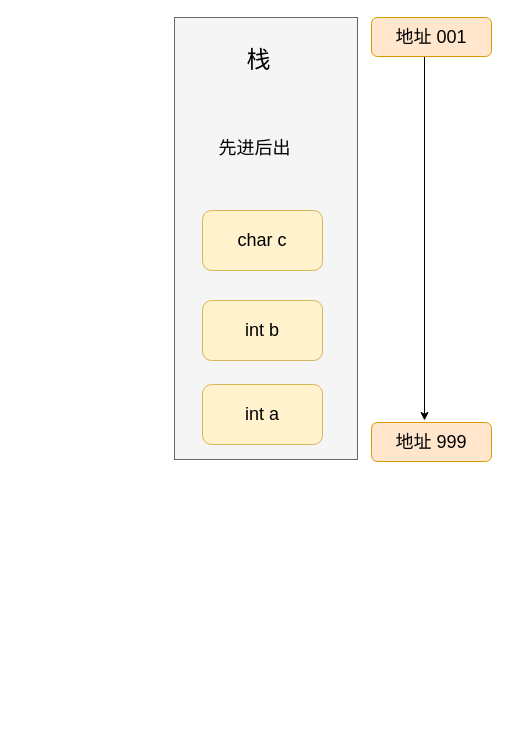
Earlier version of the draw.io diagram page "第 2 页" (2 of 3) of docs/workSpacePic/流程图.drawio (kenlin-00/kendall-cpp-view). Source tidied: cells renumbered, new cells numbered last; positions are measured from the earlier drawing's top-left corner, leaving out a move shared by most shapes. Both pictures are drawn from the tidied source at 100%, with x=0, y=0 at pixel (174, 17).
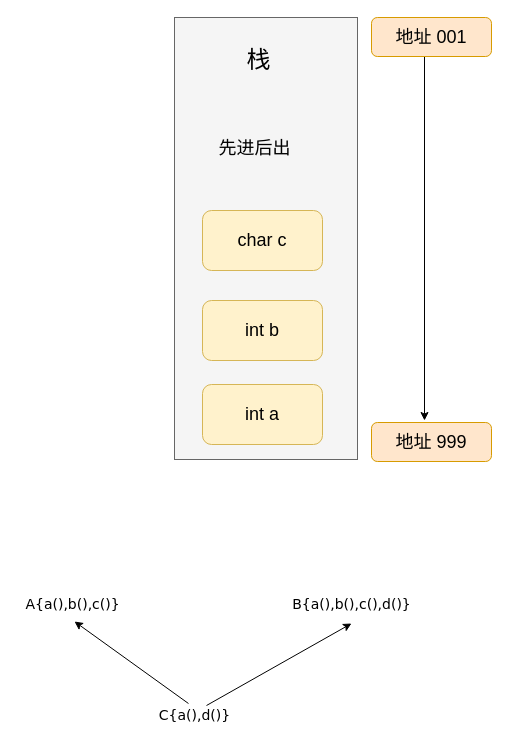
Above is the later version.

What changed in the source:
```diff
@@
 <mxGraphModel>
   <root>
     <mxCell id="0" />
     <mxCell id="1" parent="0" />
     <mxCell id="2" style="rounded=0;whiteSpace=wrap;html=1;fillColor=#f5f5f5;strokeColor=#666666;fontColor=#333333;" parent="1" vertex="1">
       <mxGeometry width="183" height="442" as="geometry" />
     </mxCell>
     <mxCell id="3" value="&lt;font style=&quot;font-size: 18px&quot;&gt;int a&lt;/font&gt;" style="rounded=1;whiteSpace=wrap;html=1;fillColor=#fff2cc;strokeColor=#d6b656;" parent="1" vertex="1">
       <mxGeometry x="28" y="367" width="120" height="60" as="geometry" />
     </mxCell>
     <mxCell id="4" value="&lt;font style=&quot;font-size: 18px&quot;&gt;int b&lt;/font&gt;" style="rounded=1;whiteSpace=wrap;html=1;fillColor=#fff2cc;strokeColor=#d6b656;" parent="1" vertex="1">
       <mxGeometry x="28" y="283" width="120" height="60" as="geometry" />
     </mxCell>
     <mxCell id="5" value="&lt;font style=&quot;font-size: 18px&quot;&gt;char c&lt;/font&gt;" style="rounded=1;whiteSpace=wrap;html=1;fillColor=#fff2cc;strokeColor=#d6b656;" parent="1" vertex="1">
       <mxGeometry x="28" y="193" width="120" height="60" as="geometry" />
     </mxCell>
     <mxCell id="6" value="&lt;font style=&quot;font-size: 18px&quot;&gt;先进后出&lt;/font&gt;" style="text;html=1;strokeColor=none;fillColor=none;align=center;verticalAlign=middle;whiteSpace=wrap;rounded=0;" parent="1" vertex="1">
       <mxGeometry x="28" y="121" width="105" height="20" as="geometry" />
     </mxCell>
     <mxCell id="7" value="&lt;font style=&quot;font-size: 24px&quot;&gt;栈&lt;/font&gt;" style="text;html=1;strokeColor=none;fillColor=none;align=center;verticalAlign=middle;whiteSpace=wrap;rounded=0;" parent="1" vertex="1">
       <mxGeometry x="32" y="33" width="105" height="20" as="geometry" />
     </mxCell>
     <mxCell id="8" style="endArrow=classic;html=1;" parent="1" edge="1">
       <mxGeometry relative="1" as="geometry">
         <mxPoint x="250" y="39" as="sourcePoint" />
         <mxPoint x="250" y="403" as="targetPoint" />
       </mxGeometry>
     </mxCell>
     <mxCell id="9" value="&lt;font style=&quot;font-size: 18px&quot;&gt;地址 001&lt;/font&gt;" style="rounded=1;whiteSpace=wrap;html=1;fillColor=#ffe6cc;strokeColor=#d79b00;" parent="1" vertex="1">
       <mxGeometry x="197" width="120" height="39" as="geometry" />
     </mxCell>
     <mxCell id="10" value="&lt;font style=&quot;font-size: 18px&quot;&gt;地址 999&lt;/font&gt;" style="rounded=1;whiteSpace=wrap;html=1;fillColor=#ffe6cc;strokeColor=#d79b00;" parent="1" vertex="1">
       <mxGeometry x="197" y="405" width="120" height="39" as="geometry" />
     </mxCell>
+    <mxCell id="11" value="&lt;font face=&quot;Verdana&quot; style=&quot;font-size: 14px&quot;&gt;A{a(),b(),c()}&lt;/font&gt;" style="text;html=1;align=center;verticalAlign=middle;" parent="1" vertex="1">
+      <mxGeometry x="-157" y="577" width="110" height="19" as="geometry" />
+    </mxCell>
+    <mxCell id="12" value="&lt;font face=&quot;Verdana&quot; style=&quot;font-size: 14px&quot;&gt;B{a(),b(),c(),d()}&lt;/font&gt;" style="text;html=1;align=center;verticalAlign=middle;" parent="1" vertex="1">
+      <mxGeometry x="108" y="577" width="137" height="19" as="geometry" />
+    </mxCell>
+    <mxCell id="13" value="&lt;font face=&quot;Verdana&quot; style=&quot;font-size: 14px&quot;&gt;C{a(),d()}&lt;/font&gt;" style="text;html=1;align=center;verticalAlign=middle;points=[];" parent="1" vertex="1">
+      <mxGeometry x="-23" y="688" width="85" height="19" as="geometry" />
+    </mxCell>
+    <mxCell id="14" style="endArrow=classic;html=1;exitX=0.435;exitY=-0.105;exitDx=0;exitDy=0;exitPerimeter=0;" parent="1" edge="1" source="13">
+      <mxGeometry relative="1" as="geometry">
+        <mxPoint x="-100" y="604" as="targetPoint" />
+      </mxGeometry>
+    </mxCell>
+    <mxCell id="15" style="endArrow=classic;html=1;" parent="1" edge="1">
+      <mxGeometry relative="1" as="geometry">
+        <mxPoint x="32" y="688" as="sourcePoint" />
+        <mxPoint x="177" y="606" as="targetPoint" />
+      </mxGeometry>
+    </mxCell>
   </root>
 </mxGraphModel>
```
